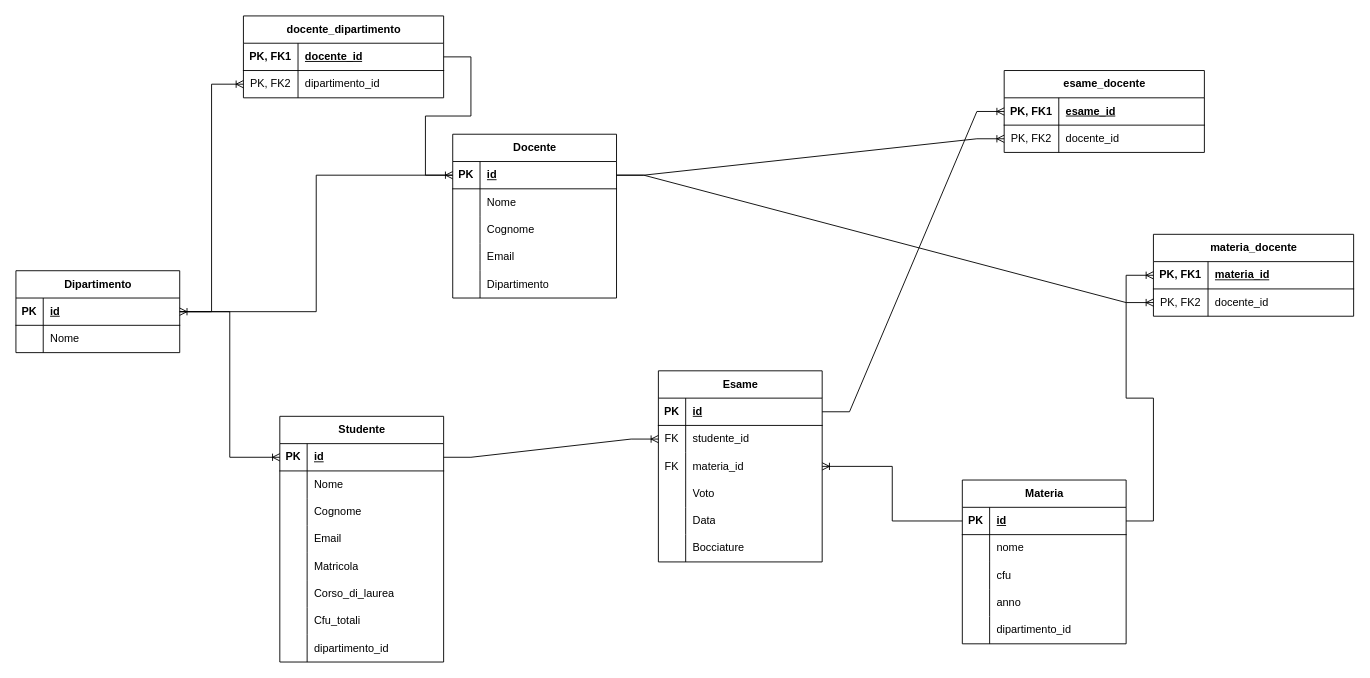
ZetaTeo/ProgettoR_Universita keeps this draw.io diagram as Universita/doc/Diagramma senza titolo.drawio. Above is the earlier version. Source tidied: cells renumbered, new cells numbered last; positions are measured from the earlier drawing's top-left corner, leaving out a move shared by most shapes. Both pictures are drawn from the tidied source at 91%, with x=0, y=0 at pixel (15, 15).
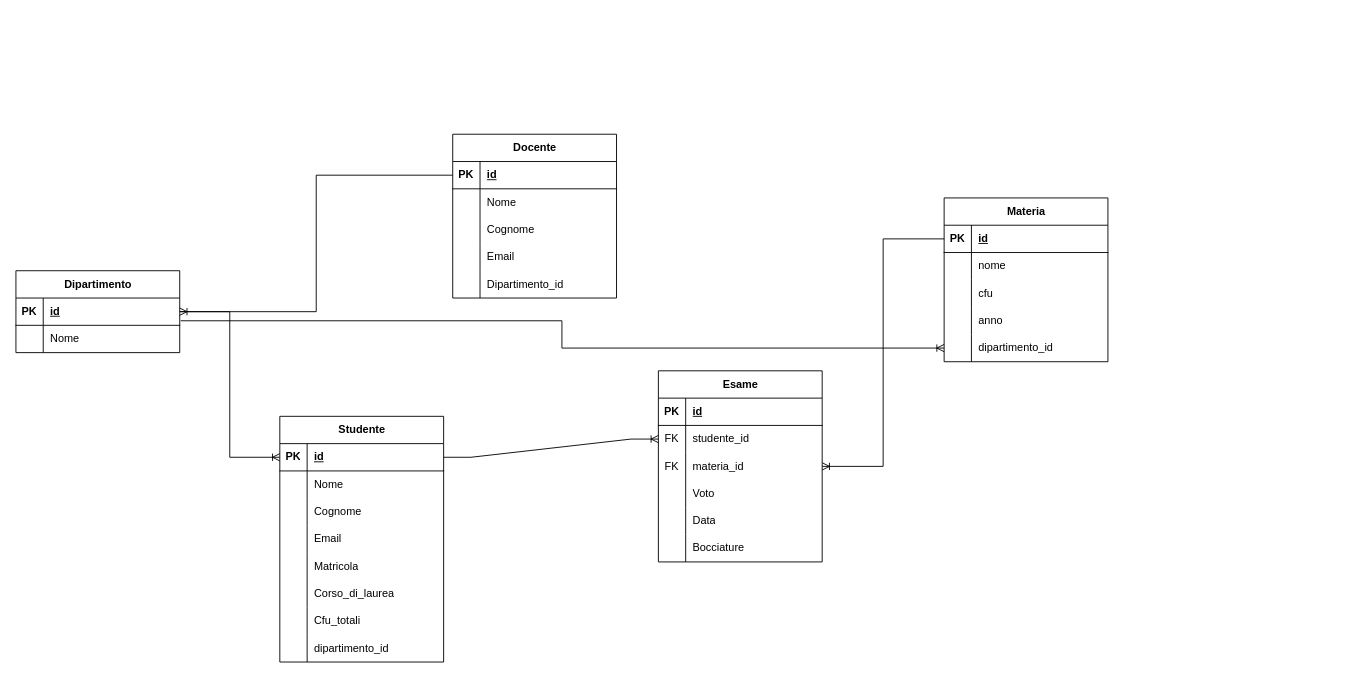
Above is the later version.

Unchanged cells that the change refers to:
```xml
<mxCell id="28" style="shape=tableRow;horizontal=0;startSize=0;swimlaneHead=0;swimlaneBody=0;fillColor=none;points=[[0,0.5],[1,0.5]];portConstraint=eastwest;top=0;left=0;right=0;bottom=1;" parent="27" vertex="1">
  <mxGeometry y="30" width="180" height="30" as="geometry" />
</mxCell>
<mxCell id="47" style="shape=tableRow;horizontal=0;startSize=0;swimlaneHead=0;swimlaneBody=0;fillColor=none;points=[[0,0.5],[1,0.5]];portConstraint=eastwest;top=0;left=0;right=0;bottom=1;" parent="46" vertex="1">
  <mxGeometry y="30" width="180" height="30" as="geometry" />
</mxCell>
<mxCell id="59" style="shape=tableRow;horizontal=0;startSize=0;swimlaneHead=0;swimlaneBody=0;fillColor=none;points=[[0,0.5],[1,0.5]];portConstraint=eastwest;top=0;left=0;right=0;bottom=0;" parent="46" vertex="1">
  <mxGeometry y="150" width="180" height="30" as="geometry" />
</mxCell>
<mxCell id="64" style="shape=tableRow;horizontal=0;startSize=0;swimlaneHead=0;swimlaneBody=0;fillColor=none;points=[[0,0.5],[1,0.5]];portConstraint=eastwest;top=0;left=0;right=0;bottom=1;" parent="63" vertex="1">
  <mxGeometry y="30" width="180" height="30" as="geometry" />
</mxCell>
<mxCell id="76" style="shape=tableRow;horizontal=0;startSize=0;swimlaneHead=0;swimlaneBody=0;fillColor=none;top=0;left=0;right=0;bottom=0;" parent="63" vertex="1">
  <mxGeometry y="150" width="180" height="30" as="geometry" />
</mxCell>
```

The edit, as a diff of the source:
```diff
@@
+    <mxCell id="98" value="Dipartimento" style="shape=table;startSize=30;childLayout=tableLayout;rowLines=0;fontStyle=1;align=center;html=1;" parent="1" vertex="1">
+      <mxGeometry y="280" width="180" height="90" as="geometry" />
+    </mxCell>
+    <mxCell id="99" style="shape=tableRow;horizontal=0;startSize=0;swimlaneHead=0;swimlaneBody=0;fillColor=none;points=[[0,0.5],[1,0.5]];portConstraint=eastwest;top=0;left=0;right=0;bottom=1;" parent="98" vertex="1">
+      <mxGeometry y="30" width="180" height="30" as="geometry" />
+    </mxCell>
+    <mxCell id="100" value="PK" style="shape=partialRectangle;fillColor=none;top=0;left=0;bottom=0;right=0;fontStyle=1;overflow=hidden;whiteSpace=wrap;html=1;" parent="99" vertex="1">
+      <mxGeometry width="30" height="30" as="geometry" />
+    </mxCell>
+    <mxCell id="101" value="id&lt;span style=&quot;white-space: pre;&quot;&gt;&#9;&lt;/span&gt;" style="shape=partialRectangle;fillColor=none;top=0;left=0;bottom=0;right=0;align=left;spacingLeft=6;fontStyle=5;overflow=hidden;whiteSpace=wrap;html=1;" parent="99" vertex="1">
+      <mxGeometry x="30" width="150" height="30" as="geometry" />
+    </mxCell>
+    <mxCell id="102" style="shape=tableRow;horizontal=0;startSize=0;swimlaneHead=0;swimlaneBody=0;fillColor=none;top=0;left=0;right=0;bottom=0;" parent="98" vertex="1">
+      <mxGeometry y="60" width="180" height="30" as="geometry" />
+    </mxCell>
+    <mxCell id="103" style="shape=partialRectangle;fillColor=none;top=0;left=0;bottom=0;right=0;overflow=hidden;whiteSpace=wrap;html=1;" parent="102" vertex="1">
+      <mxGeometry width="30" height="30" as="geometry" />
+    </mxCell>
+    <mxCell id="104" value="Nome" style="shape=partialRectangle;fillColor=none;top=0;left=0;bottom=0;right=0;align=left;spacingLeft=6;overflow=hidden;whiteSpace=wrap;html=1;" parent="102" vertex="1">
+      <mxGeometry x="30" width="150" height="30" as="geometry" />
+    </mxCell>
@@
     <mxCell id="46" value="Materia" style="shape=table;startSize=30;childLayout=tableLayout;rowLines=0;fontStyle=1;align=center;html=1;" parent="1" vertex="1">
-      <mxGeometry x="1040" y="510" width="180" height="180" as="geometry" />
+      <mxGeometry x="1020" y="200" width="180" height="180" as="geometry" />
     </mxCell>
@@
-    <mxCell id="78" value="Dipartimento" style="shape=partialRectangle;fillColor=none;top=0;left=0;bottom=0;right=0;align=left;spacingLeft=6;overflow=hidden;whiteSpace=wrap;html=1;" parent="76" vertex="1">
+    <mxCell id="78" value="Dipartimento_id" style="shape=partialRectangle;fillColor=none;top=0;left=0;bottom=0;right=0;align=left;spacingLeft=6;overflow=hidden;whiteSpace=wrap;html=1;" parent="76" vertex="1">
       <mxGeometry x="30" width="150" height="30" as="geometry" />
     </mxCell>
-    <mxCell id="79" value="esame_docente" style="shape=table;startSize=30;childLayout=tableLayout;rowLines=0;fontStyle=1;align=center;html=1;" parent="1" vertex="1">
-      <mxGeometry x="1086" y="60" width="220" height="90" as="geometry" />
-    </mxCell>
-    <mxCell id="80" style="shape=tableRow;horizontal=0;startSize=0;swimlaneHead=0;swimlaneBody=0;fillColor=none;points=[[0,0.5],[1,0.5]];portConstraint=eastwest;top=0;left=0;right=0;bottom=1;" parent="79" vertex="1">
-      <mxGeometry y="30" width="220" height="30" as="geometry" />
-    </mxCell>
-    <mxCell id="81" value="PK, FK1" style="shape=partialRectangle;fillColor=none;top=0;left=0;bottom=0;right=0;fontStyle=1;overflow=hidden;whiteSpace=wrap;html=1;" parent="80" vertex="1">
-      <mxGeometry width="60" height="30" as="geometry" />
-    </mxCell>
-    <mxCell id="82" value="esame_id" style="shape=partialRectangle;fillColor=none;top=0;left=0;bottom=0;right=0;align=left;spacingLeft=6;fontStyle=5;overflow=hidden;whiteSpace=wrap;html=1;" parent="80" vertex="1">
-      <mxGeometry x="60" width="160" height="30" as="geometry" />
-    </mxCell>
-    <mxCell id="83" style="shape=tableRow;horizontal=0;startSize=0;swimlaneHead=0;swimlaneBody=0;fillColor=none;points=[[0,0.5],[1,0.5]];portConstraint=eastwest;top=0;left=0;right=0;bottom=0;" parent="79" vertex="1">
-      <mxGeometry y="60" width="220" height="30" as="geometry" />
-    </mxCell>
-    <mxCell id="84" value="PK, FK2" style="shape=partialRectangle;fillColor=none;top=0;left=0;bottom=0;right=0;overflow=hidden;whiteSpace=wrap;html=1;" parent="83" vertex="1">
-      <mxGeometry width="60" height="30" as="geometry" />
-    </mxCell>
-    <mxCell id="85" value="docente_id" style="shape=partialRectangle;fillColor=none;top=0;left=0;bottom=0;right=0;align=left;spacingLeft=6;overflow=hidden;whiteSpace=wrap;html=1;" parent="83" vertex="1">
-      <mxGeometry x="60" width="160" height="30" as="geometry" />
-    </mxCell>
-    <mxCell id="86" style="edgeStyle=entityRelationEdgeStyle;fontSize=12;html=1;endArrow=ERoneToMany;rounded=0;entryX=0;entryY=0.5;entryDx=0;entryDy=0;" parent="1" edge="1" source="64" target="83">
-      <mxGeometry relative="1" as="geometry" />
-    </mxCell>
-    <mxCell id="87" style="edgeStyle=entityRelationEdgeStyle;fontSize=12;html=1;endArrow=ERoneToMany;rounded=0;exitX=1;exitY=0.5;exitDx=0;exitDy=0;entryX=0;entryY=0.5;entryDx=0;entryDy=0;" parent="1" edge="1" source="28" target="80">
-      <mxGeometry relative="1" as="geometry" />
-    </mxCell>
@@
-    <mxCell id="89" value="materia_docente" style="shape=table;startSize=30;childLayout=tableLayout;rowLines=0;fontStyle=1;align=center;html=1;" parent="1" vertex="1">
-      <mxGeometry x="1250" y="240" width="220" height="90" as="geometry" />
-    </mxCell>
-    <mxCell id="90" style="shape=tableRow;horizontal=0;startSize=0;swimlaneHead=0;swimlaneBody=0;fillColor=none;points=[[0,0.5],[1,0.5]];portConstraint=eastwest;top=0;left=0;right=0;bottom=1;" parent="89" vertex="1">
-      <mxGeometry y="30" width="220" height="30" as="geometry" />
-    </mxCell>
-    <mxCell id="91" value="PK, FK1" style="shape=partialRectangle;fillColor=none;top=0;left=0;bottom=0;right=0;fontStyle=1;overflow=hidden;whiteSpace=wrap;html=1;" parent="90" vertex="1">
-      <mxGeometry width="60" height="30" as="geometry" />
-    </mxCell>
-    <mxCell id="92" value="materia_id" style="shape=partialRectangle;fillColor=none;top=0;left=0;bottom=0;right=0;align=left;spacingLeft=6;fontStyle=5;overflow=hidden;whiteSpace=wrap;html=1;" parent="90" vertex="1">
-      <mxGeometry x="60" width="160" height="30" as="geometry" />
-    </mxCell>
-    <mxCell id="93" style="shape=tableRow;horizontal=0;startSize=0;swimlaneHead=0;swimlaneBody=0;fillColor=none;points=[[0,0.5],[1,0.5]];portConstraint=eastwest;top=0;left=0;right=0;bottom=0;" parent="89" vertex="1">
-      <mxGeometry y="60" width="220" height="30" as="geometry" />
-    </mxCell>
-    <mxCell id="94" value="PK, FK2" style="shape=partialRectangle;fillColor=none;top=0;left=0;bottom=0;right=0;overflow=hidden;whiteSpace=wrap;html=1;" parent="93" vertex="1">
-      <mxGeometry width="60" height="30" as="geometry" />
-    </mxCell>
-    <mxCell id="95" value="docente_id" style="shape=partialRectangle;fillColor=none;top=0;left=0;bottom=0;right=0;align=left;spacingLeft=6;overflow=hidden;whiteSpace=wrap;html=1;" parent="93" vertex="1">
-      <mxGeometry x="60" width="160" height="30" as="geometry" />
-    </mxCell>
-    <mxCell id="96" style="edgeStyle=entityRelationEdgeStyle;fontSize=12;html=1;endArrow=ERoneToMany;rounded=0;exitX=1;exitY=0.5;exitDx=0;exitDy=0;entryX=0;entryY=0.5;entryDx=0;entryDy=0;" parent="1" edge="1" source="47" target="90">
-      <mxGeometry relative="1" as="geometry" />
-    </mxCell>
-    <mxCell id="97" style="edgeStyle=entityRelationEdgeStyle;fontSize=12;html=1;endArrow=ERoneToMany;rounded=0;exitX=1;exitY=0.5;exitDx=0;exitDy=0;entryX=0;entryY=0.5;entryDx=0;entryDy=0;" parent="1" edge="1" source="64" target="93">
-      <mxGeometry relative="1" as="geometry" />
-    </mxCell>
-    <mxCell id="98" value="Dipartimento" style="shape=table;startSize=30;childLayout=tableLayout;rowLines=0;fontStyle=1;align=center;html=1;" parent="1" vertex="1">
-      <mxGeometry y="280" width="180" height="90" as="geometry" />
-    </mxCell>
-    <mxCell id="99" style="shape=tableRow;horizontal=0;startSize=0;swimlaneHead=0;swimlaneBody=0;fillColor=none;points=[[0,0.5],[1,0.5]];portConstraint=eastwest;top=0;left=0;right=0;bottom=1;" parent="98" vertex="1">
-      <mxGeometry y="30" width="180" height="30" as="geometry" />
-    </mxCell>
-    <mxCell id="100" value="PK" style="shape=partialRectangle;fillColor=none;top=0;left=0;bottom=0;right=0;fontStyle=1;overflow=hidden;whiteSpace=wrap;html=1;" parent="99" vertex="1">
-      <mxGeometry width="30" height="30" as="geometry" />
-    </mxCell>
-    <mxCell id="101" value="id&lt;span style=&quot;white-space: pre;&quot;&gt;&#9;&lt;/span&gt;" style="shape=partialRectangle;fillColor=none;top=0;left=0;bottom=0;right=0;align=left;spacingLeft=6;fontStyle=5;overflow=hidden;whiteSpace=wrap;html=1;" parent="99" vertex="1">
-      <mxGeometry x="30" width="150" height="30" as="geometry" />
-    </mxCell>
-    <mxCell id="102" style="shape=tableRow;horizontal=0;startSize=0;swimlaneHead=0;swimlaneBody=0;fillColor=none;top=0;left=0;right=0;bottom=0;" parent="98" vertex="1">
-      <mxGeometry y="60" width="180" height="30" as="geometry" />
-    </mxCell>
-    <mxCell id="103" style="shape=partialRectangle;fillColor=none;top=0;left=0;bottom=0;right=0;overflow=hidden;whiteSpace=wrap;html=1;" parent="102" vertex="1">
-      <mxGeometry width="30" height="30" as="geometry" />
-    </mxCell>
-    <mxCell id="104" value="Nome" style="shape=partialRectangle;fillColor=none;top=0;left=0;bottom=0;right=0;align=left;spacingLeft=6;overflow=hidden;whiteSpace=wrap;html=1;" parent="102" vertex="1">
-      <mxGeometry x="30" width="150" height="30" as="geometry" />
-    </mxCell>
@@
-    <mxCell id="106" value="docente_dipartimento" style="shape=table;startSize=30;childLayout=tableLayout;rowLines=0;fontStyle=1;align=center;html=1;" parent="1" vertex="1">
-      <mxGeometry x="250" width="220" height="90" as="geometry" />
-    </mxCell>
-    <mxCell id="107" style="shape=tableRow;horizontal=0;startSize=0;swimlaneHead=0;swimlaneBody=0;fillColor=none;points=[[0,0.5],[1,0.5]];portConstraint=eastwest;top=0;left=0;right=0;bottom=1;" parent="106" vertex="1">
-      <mxGeometry y="30" width="220" height="30" as="geometry" />
-    </mxCell>
-    <mxCell id="108" value="PK, FK1" style="shape=partialRectangle;fillColor=none;top=0;left=0;bottom=0;right=0;fontStyle=1;overflow=hidden;whiteSpace=wrap;html=1;" parent="107" vertex="1">
-      <mxGeometry width="60" height="30" as="geometry" />
-    </mxCell>
-    <mxCell id="109" value="docente_id" style="shape=partialRectangle;fillColor=none;top=0;left=0;bottom=0;right=0;align=left;spacingLeft=6;fontStyle=5;overflow=hidden;whiteSpace=wrap;html=1;" parent="107" vertex="1">
-      <mxGeometry x="60" width="160" height="30" as="geometry" />
-    </mxCell>
-    <mxCell id="110" style="shape=tableRow;horizontal=0;startSize=0;swimlaneHead=0;swimlaneBody=0;fillColor=none;points=[[0,0.5],[1,0.5]];portConstraint=eastwest;top=0;left=0;right=0;bottom=0;" parent="106" vertex="1">
-      <mxGeometry y="60" width="220" height="30" as="geometry" />
-    </mxCell>
-    <mxCell id="111" value="PK, FK2" style="shape=partialRectangle;fillColor=none;top=0;left=0;bottom=0;right=0;overflow=hidden;whiteSpace=wrap;html=1;" parent="110" vertex="1">
-      <mxGeometry width="60" height="30" as="geometry" />
-    </mxCell>
-    <mxCell id="112" value="dipartimento_id" style="shape=partialRectangle;fillColor=none;top=0;left=0;bottom=0;right=0;align=left;spacingLeft=6;overflow=hidden;whiteSpace=wrap;html=1;" parent="110" vertex="1">
-      <mxGeometry x="60" width="160" height="30" as="geometry" />
-    </mxCell>
-    <mxCell id="113" style="edgeStyle=entityRelationEdgeStyle;fontSize=12;html=1;endArrow=ERoneToMany;rounded=0;exitX=1;exitY=0.5;exitDx=0;exitDy=0;entryX=0;entryY=0.5;entryDx=0;entryDy=0;" parent="1" edge="1" source="107" target="64">
-      <mxGeometry relative="1" as="geometry" />
-    </mxCell>
-    <mxCell id="114" style="edgeStyle=elbowEdgeStyle;fontSize=12;html=1;endArrow=ERoneToMany;rounded=0;entryX=0;entryY=0.5;entryDx=0;entryDy=0;exitX=1;exitY=0.5;exitDx=0;exitDy=0;" parent="1" edge="1" source="99" target="110">
-      <mxGeometry relative="1" as="geometry" />
-    </mxCell>
@@
+    <mxCell id="116" style="edgeStyle=orthogonalEdgeStyle;fontSize=12;html=1;endArrow=ERoneToMany;rounded=0;exitX=1.006;exitY=0.833;exitDx=0;exitDy=0;exitPerimeter=0;entryX=0;entryY=0.5;entryDx=0;entryDy=0;" parent="1" edge="1" source="99" target="59">
+      <mxGeometry relative="1" as="geometry" />
+    </mxCell>
```
